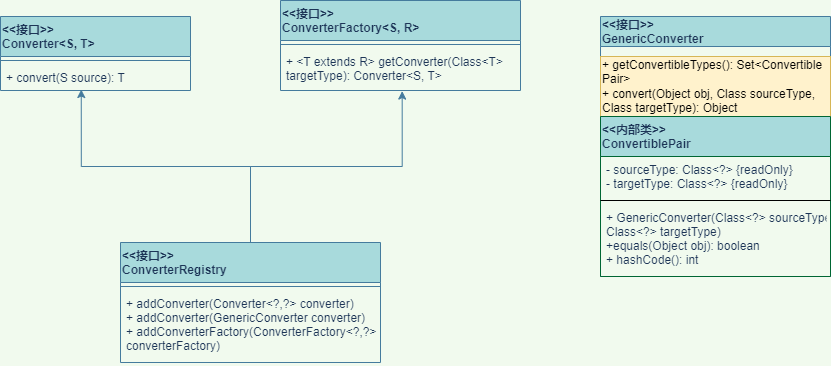
This is wzz-spring/Data type conversion .drawio.png from wsxzei/markdown-photos, a draw.io export, as it was before one commit. Source tidied: cells renumbered, new cells last; positions are measured from the earlier drawing's top-left corner, leaving out a move shared by most shapes.
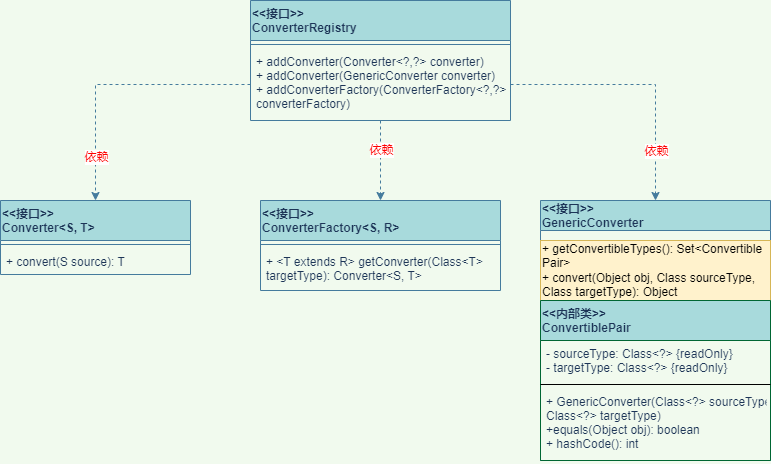
The same diagram one commit later.

What changed in the source:
```diff
@@ -3,7 +3,7 @@
     <mxCell id="0" />
     <mxCell id="1" parent="0" />
     <mxCell id="2" value="&lt;&lt;接口&gt;&gt;&#10;Converter&lt;S, T&gt;" style="swimlane;fontStyle=1;align=left;verticalAlign=top;horizontal=1;startSize=40;fillColor=#A8DADC;strokeColor=#457B9D;fontColor=#1D3557;" parent="1" vertex="1">
-      <mxGeometry y="16" width="190" height="74" as="geometry" />
+      <mxGeometry x="-80" y="412" width="190" height="74" as="geometry" />
     </mxCell>
     <mxCell id="3" style="line;strokeWidth=1;fillColor=none;align=left;verticalAlign=middle;spacingTop=-1;spacingLeft=3;spacingRight=3;labelPosition=right;labelBackgroundColor=#F1FAEE;strokeColor=#457B9D;fontColor=#1D3557;" parent="2" vertex="1">
       <mxGeometry y="40" width="190" height="8" as="geometry" />
@@ -12,7 +12,7 @@
       <mxGeometry y="48" width="190" height="26" as="geometry" />
     </mxCell>
     <mxCell id="5" value="&lt;&lt;接口&gt;&gt;&#10;ConverterFactory&lt;S, R&gt;" style="swimlane;fontStyle=1;align=left;verticalAlign=top;horizontal=1;startSize=40;fillColor=#A8DADC;strokeColor=#457B9D;fontColor=#1D3557;" parent="1" vertex="1">
-      <mxGeometry x="280" width="240" height="90" as="geometry" />
+      <mxGeometry x="180" y="412" width="240" height="90" as="geometry" />
     </mxCell>
     <mxCell id="6" style="line;strokeWidth=1;fillColor=none;align=left;verticalAlign=middle;spacingTop=-1;spacingLeft=3;spacingRight=3;labelPosition=right;labelBackgroundColor=#F1FAEE;strokeColor=#457B9D;fontColor=#1D3557;" parent="5" vertex="1">
       <mxGeometry y="40" width="240" height="8" as="geometry" />
@@ -20,14 +20,16 @@
     <mxCell id="7" value="+ &lt;T extends R&gt; getConverter(Class&lt;T&gt; &#10;targetType): Converter&lt;S, T&gt;" style="text;strokeColor=none;fillColor=none;align=left;verticalAlign=top;spacingLeft=4;spacingRight=4;overflow=hidden;points=[[0,0.5],[1,0.5]];portConstraint=eastwest;fontColor=#1D3557;" parent="5" vertex="1">
       <mxGeometry y="48" width="240" height="42" as="geometry" />
     </mxCell>
-    <mxCell id="8" style="edgeStyle=orthogonalEdgeStyle;rounded=0;jettySize=auto;html=1;exitX=0.5;exitY=0;exitDx=0;exitDy=0;entryX=0.425;entryY=0.962;entryDx=0;entryDy=0;entryPerimeter=0;labelBackgroundColor=#F1FAEE;strokeColor=#457B9D;fontColor=#1D3557;" parent="1" edge="1" source="10" target="4">
-      <mxGeometry relative="1" as="geometry" />
-    </mxCell>
-    <mxCell id="9" style="edgeStyle=orthogonalEdgeStyle;rounded=0;jettySize=auto;html=1;exitX=0.5;exitY=0;exitDx=0;exitDy=0;labelBackgroundColor=#F1FAEE;strokeColor=#457B9D;fontColor=#1D3557;entryX=0.507;entryY=1.014;entryDx=0;entryDy=0;entryPerimeter=0;" parent="1" edge="1" source="10" target="7">
-      <mxGeometry relative="1" as="geometry" />
-    </mxCell>
+    <mxCell id="19" style="edgeStyle=orthogonalEdgeStyle;rounded=0;jettySize=auto;html=1;dashed=1;fontColor=#1D3557;strokeColor=#457B9D;fillColor=#A8DADC;entryX=0.5;entryY=0;entryDx=0;entryDy=0;" parent="1" edge="1" source="10" target="5">
+      <mxGeometry relative="1" as="geometry" />
+    </mxCell>
+    <mxCell id="20" value="依赖" style="edgeLabel;html=1;align=center;verticalAlign=middle;fontColor=#FF0000;" parent="19" vertex="1">
+      <mxGeometry x="-0.27" y="5" relative="1" as="geometry">
+        <mxPoint x="-5" as="offset" />
+      </mxGeometry>
+    </mxCell>
     <mxCell id="10" value="&lt;&lt;接口&gt;&gt;&#10;ConverterRegistry" style="swimlane;fontStyle=1;align=left;verticalAlign=top;horizontal=1;startSize=40;fillColor=#A8DADC;strokeColor=#457B9D;fontColor=#1D3557;" parent="1" vertex="1">
-      <mxGeometry x="120" y="242" width="260" height="120" as="geometry" />
+      <mxGeometry x="170" y="212" width="260" height="120" as="geometry" />
     </mxCell>
     <mxCell id="11" style="line;strokeWidth=1;fillColor=none;align=left;verticalAlign=middle;spacingTop=-1;spacingLeft=3;spacingRight=3;labelPosition=right;labelBackgroundColor=#F1FAEE;strokeColor=#457B9D;fontColor=#1D3557;" parent="10" vertex="1">
       <mxGeometry y="40" width="260" height="8" as="geometry" />
@@ -36,7 +38,7 @@
       <mxGeometry y="48" width="260" height="72" as="geometry" />
     </mxCell>
     <mxCell id="13" value="&lt;&lt;接口&gt;&gt;&#10;GenericConverter" style="swimlane;startSize=30;align=left;fillColor=#A8DADC;strokeColor=#457B9D;fontColor=#1D3557;" parent="1" vertex="1">
-      <mxGeometry x="600" y="16" width="230" height="260" as="geometry" />
+      <mxGeometry x="460" y="412" width="230" height="260" as="geometry" />
     </mxCell>
     <mxCell id="14" value="+ getConvertibleTypes(): Set&amp;lt;Convertible&lt;br&gt;Pair&amp;gt;&lt;br&gt;+ convert(Object obj, Class sourceType,&lt;br&gt;Class targetType): Object" style="text;html=1;strokeColor=#d6b656;fillColor=#fff2cc;align=left;verticalAlign=middle;whiteSpace=wrap;rounded=0;" parent="13" vertex="1">
       <mxGeometry y="40" width="230" height="60" as="geometry" />
@@ -53,5 +55,19 @@
     <mxCell id="18" value="+ GenericConverter(Class&lt;?&gt; sourceType, &#10;Class&lt;?&gt; targetType)&#10;+equals(Object obj): boolean&#10;+ hashCode(): int" style="text;strokeColor=none;fillColor=none;align=left;verticalAlign=top;spacingLeft=4;spacingRight=4;overflow=hidden;fontColor=#1D3557;" parent="15" vertex="1">
       <mxGeometry y="88" width="230" height="72" as="geometry" />
     </mxCell>
+    <mxCell id="21" style="edgeStyle=orthogonalEdgeStyle;rounded=0;jettySize=auto;html=1;exitX=0;exitY=0.5;exitDx=0;exitDy=0;dashed=1;fontColor=#1D3557;strokeColor=#457B9D;fillColor=#A8DADC;" parent="1" edge="1" source="12" target="2">
+      <mxGeometry relative="1" as="geometry" />
+    </mxCell>
+    <mxCell id="22" value="依赖" style="edgeLabel;html=1;align=center;verticalAlign=middle;fontColor=#FF0000;" parent="21" vertex="1">
+      <mxGeometry x="0.68" relative="1" as="geometry" />
+    </mxCell>
+    <mxCell id="23" style="edgeStyle=orthogonalEdgeStyle;rounded=0;jettySize=auto;html=1;exitX=1;exitY=0.5;exitDx=0;exitDy=0;entryX=0.5;entryY=0;entryDx=0;entryDy=0;dashed=1;fontColor=#1D3557;strokeColor=#457B9D;fillColor=#A8DADC;" parent="1" edge="1" source="12" target="13">
+      <mxGeometry relative="1" as="geometry" />
+    </mxCell>
+    <mxCell id="24" value="依赖" style="edgeLabel;html=1;align=center;verticalAlign=middle;fontColor=#FF0000;" parent="23" vertex="1">
+      <mxGeometry x="0.65" y="4" relative="1" as="geometry">
+        <mxPoint x="-4" y="-4" as="offset" />
+      </mxGeometry>
+    </mxCell>
   </root>
 </mxGraphModel>
```
